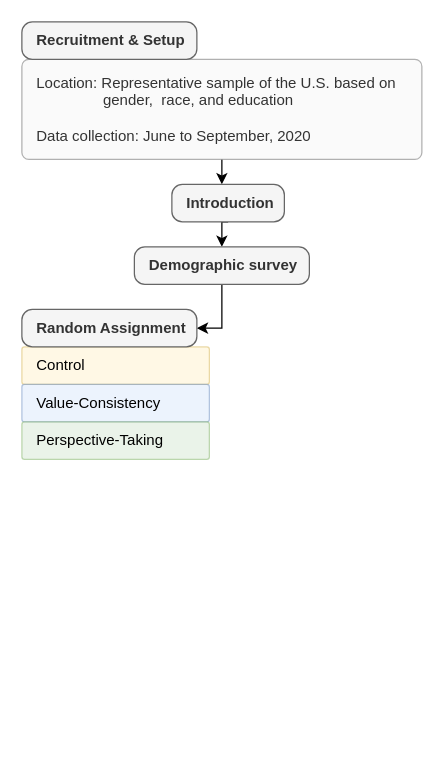
changgge/changgge keeps this draw.io diagram as Muslim.drawio. Above is the earlier version. Source tidied: cells renumbered, new cells numbered last; positions are measured from the earlier drawing's top-left corner, leaving out a move shared by most shapes. Both pictures are drawn from the tidied source at 125%, with x=0, y=0 at pixel (21, 21).
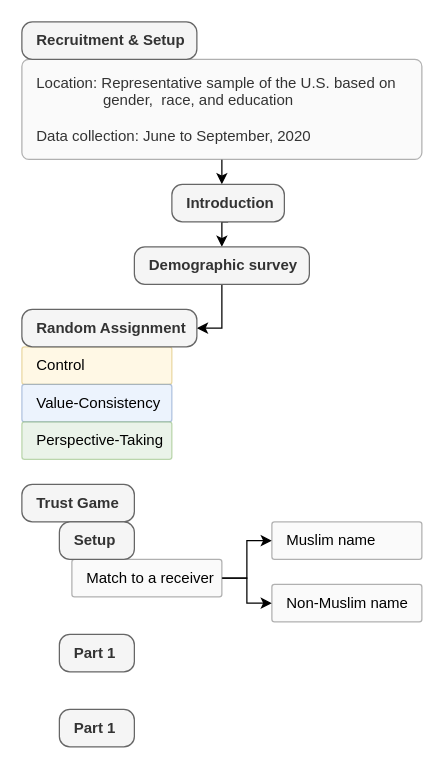
After the change.

The edit, as a diff of the source:
```diff
@@
     <mxCell id="5" value="&lt;span style=&quot;color: rgb(0, 0, 0);&quot;&gt;Control&amp;nbsp;&lt;/span&gt;" style="rounded=1;whiteSpace=wrap;html=1;align=left;spacingLeft=10;fillColor=#fff2cc;strokeColor=#d6b656;arcSize=7;opacity=50;" parent="1" vertex="1">
-      <mxGeometry y="260" width="150" height="30" as="geometry" />
+      <mxGeometry y="260" width="120" height="30" as="geometry" />
     </mxCell>
@@
     <mxCell id="11" value="Value-Consistency" style="rounded=1;whiteSpace=wrap;html=1;align=left;spacingLeft=10;fillColor=#dae8fc;strokeColor=#6c8ebf;arcSize=7;opacity=50;" parent="1" vertex="1">
-      <mxGeometry y="290" width="150" height="30" as="geometry" />
+      <mxGeometry y="290" width="120" height="30" as="geometry" />
     </mxCell>
     <mxCell id="12" value="Perspective-Taking" style="rounded=1;whiteSpace=wrap;html=1;align=left;spacingLeft=10;fillColor=#d5e8d4;strokeColor=#82b366;arcSize=7;opacity=50;" parent="1" vertex="1">
-      <mxGeometry y="320" width="150" height="30" as="geometry" />
+      <mxGeometry y="320" width="120" height="30" as="geometry" />
     </mxCell>
+    <mxCell id="13" value="Trust Game" style="rounded=1;whiteSpace=wrap;html=1;align=left;spacingLeft=10;fillColor=#f5f5f5;strokeColor=#666666;arcSize=28;fontStyle=1;fontColor=#333333;" parent="1" vertex="1">
+      <mxGeometry y="370" width="90" height="30" as="geometry" />
+    </mxCell>
+    <mxCell id="14" style="edgeStyle=orthogonalEdgeStyle;rounded=0;jettySize=auto;html=1;exitX=1;exitY=0.5;exitDx=0;exitDy=0;entryX=0;entryY=0.5;entryDx=0;entryDy=0;" parent="1" edge="1" source="16" target="17">
+      <mxGeometry relative="1" as="geometry">
+        <Array as="points">
+          <mxPoint x="180" y="445" />
+          <mxPoint x="180" y="415" />
+        </Array>
+      </mxGeometry>
+    </mxCell>
+    <mxCell id="15" style="edgeStyle=orthogonalEdgeStyle;rounded=0;jettySize=auto;html=1;exitX=1;exitY=0.5;exitDx=0;exitDy=0;entryX=0;entryY=0.5;entryDx=0;entryDy=0;" parent="1" edge="1" source="16" target="18">
+      <mxGeometry relative="1" as="geometry">
+        <Array as="points">
+          <mxPoint x="180" y="445" />
+          <mxPoint x="180" y="465" />
+        </Array>
+      </mxGeometry>
+    </mxCell>
+    <mxCell id="16" value="&lt;span style=&quot;color: rgb(0, 0, 0);&quot;&gt;Match to a receiver&lt;/span&gt;" style="rounded=1;whiteSpace=wrap;html=1;align=left;spacingLeft=10;fillColor=#f5f5f5;strokeColor=#666666;arcSize=7;opacity=50;fontColor=#333333;" parent="1" vertex="1">
+      <mxGeometry x="40" y="430" width="120" height="30" as="geometry" />
+    </mxCell>
+    <mxCell id="17" value="&lt;span style=&quot;color: rgb(0, 0, 0);&quot;&gt;Muslim name&lt;/span&gt;" style="rounded=1;whiteSpace=wrap;html=1;align=left;spacingLeft=10;fillColor=#f5f5f5;strokeColor=#666666;arcSize=7;opacity=50;fontColor=#333333;" parent="1" vertex="1">
+      <mxGeometry x="200" y="400" width="120" height="30" as="geometry" />
+    </mxCell>
+    <mxCell id="18" value="&lt;span style=&quot;color: rgb(0, 0, 0);&quot;&gt;Non-Muslim name&lt;/span&gt;" style="rounded=1;whiteSpace=wrap;html=1;align=left;spacingLeft=10;fillColor=#f5f5f5;strokeColor=#666666;arcSize=7;opacity=50;fontColor=#333333;" parent="1" vertex="1">
+      <mxGeometry x="200" y="450" width="120" height="30" as="geometry" />
+    </mxCell>
+    <mxCell id="19" value="Part 1" style="rounded=1;whiteSpace=wrap;html=1;align=left;spacingLeft=10;fillColor=#f5f5f5;strokeColor=#666666;arcSize=28;fontStyle=1;fontColor=#333333;" parent="1" vertex="1">
+      <mxGeometry x="30" y="490" width="60" height="30" as="geometry" />
+    </mxCell>
+    <mxCell id="20" value="Part 1" style="rounded=1;whiteSpace=wrap;html=1;align=left;spacingLeft=10;fillColor=#f5f5f5;strokeColor=#666666;arcSize=28;fontStyle=1;fontColor=#333333;" parent="1" vertex="1">
+      <mxGeometry x="30" y="550" width="60" height="30" as="geometry" />
+    </mxCell>
+    <mxCell id="21" value="Setup" style="rounded=1;whiteSpace=wrap;html=1;align=left;spacingLeft=10;fillColor=#f5f5f5;strokeColor=#666666;arcSize=28;fontStyle=1;fontColor=#333333;" parent="1" vertex="1">
+      <mxGeometry x="30" y="400" width="60" height="30" as="geometry" />
+    </mxCell>
```
